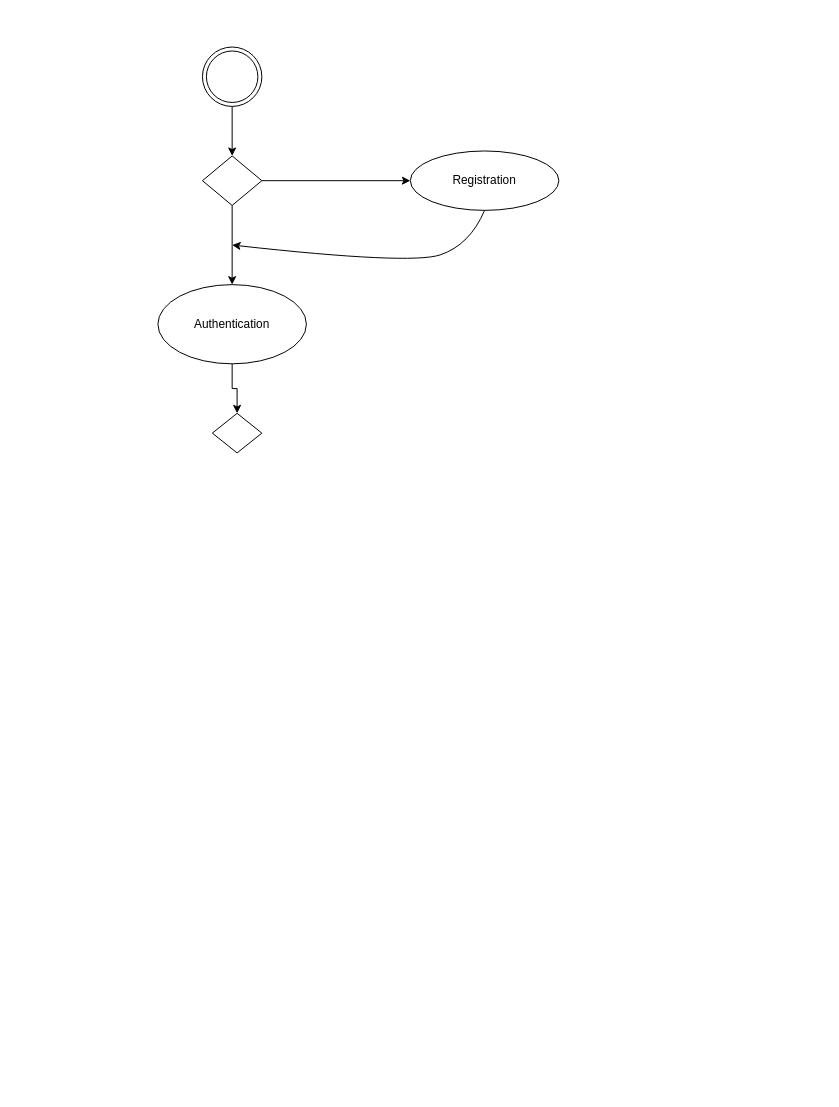
This is UMLdiagram.drawio from Maksym-Perehinets/TSPP, a draw.io file, before an edit. Source tidied: cells renumbered, new cells numbered last; positions are measured from the earlier drawing's top-left corner, leaving out a move shared by most shapes. Both pictures are drawn from the tidied source at 99%, with x=0, y=0 at pixel (157, 47).
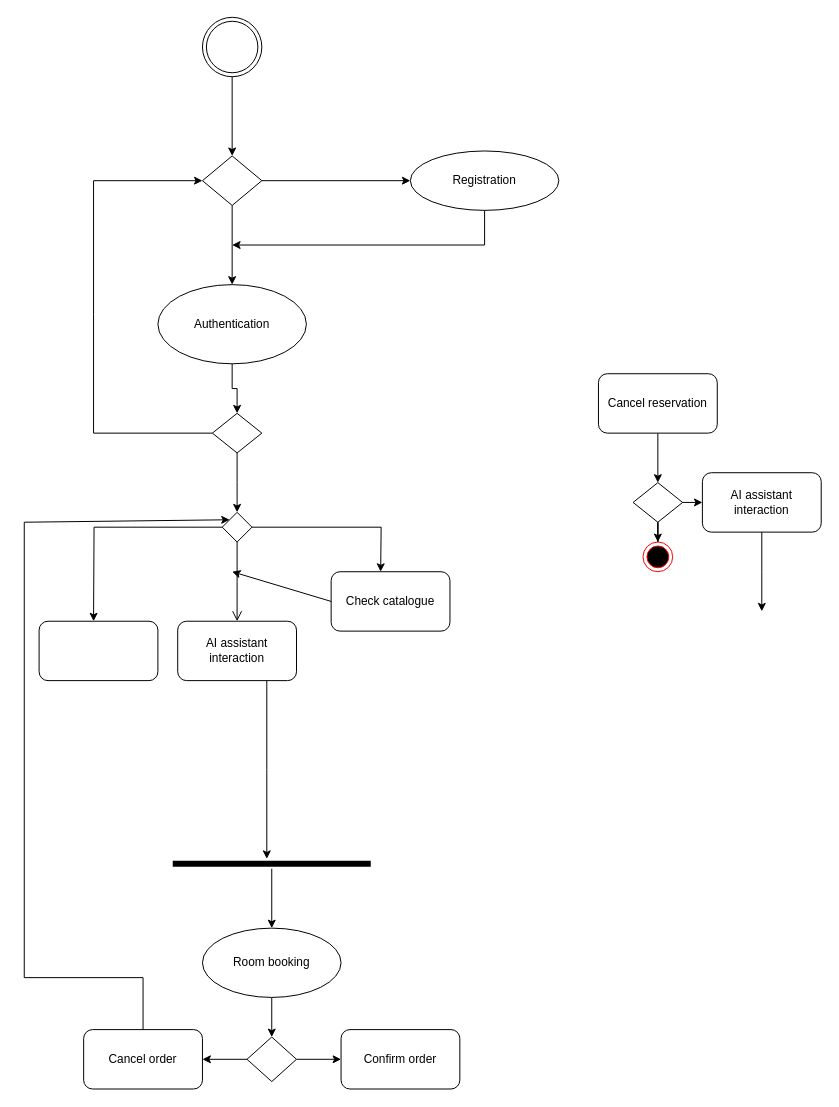
After the change.

Unchanged cells that the change refers to:
```xml
<mxCell id="8" style="rhombus;whiteSpace=wrap;html=1;" parent="1" vertex="1">
  <mxGeometry x="45" y="110" width="60" height="50" as="geometry" />
</mxCell>
<mxCell id="9" value="Registration" style="ellipse;whiteSpace=wrap;html=1;" parent="1" vertex="1">
  <mxGeometry x="255" y="105" width="150" height="60" as="geometry" />
</mxCell>
<mxCell id="11" style="rhombus;whiteSpace=wrap;html=1;" parent="1" vertex="1">
  <mxGeometry x="55" y="370" width="50" height="40" as="geometry" />
</mxCell>
```

Diff of the diagram source:
```diff
@@
     <mxCell id="3" style="ellipse;shape=doubleEllipse;html=1;dashed=0;whiteSpace=wrap;" parent="1" vertex="1">
-      <mxGeometry x="45" width="60" height="60" as="geometry" />
+      <mxGeometry x="45" y="-30" width="60" height="60" as="geometry" />
     </mxCell>
@@
-    <mxCell id="10" style="curved=1;endArrow=classic;html=1;rounded=0;exitX=0.5;exitY=1;exitDx=0;exitDy=0;" parent="1" edge="1" source="9">
-      <mxGeometry relative="1" as="geometry">
-        <mxPoint x="75" y="200" as="targetPoint" />
-        <Array as="points">
-          <mxPoint x="315" y="200" />
-          <mxPoint x="255" y="220" />
-        </Array>
-      </mxGeometry>
-    </mxCell>
@@
+    <mxCell id="12" style="edgeStyle=orthogonalEdgeStyle;rounded=0;jettySize=auto;html=1;" parent="1" edge="1" source="13" target="27">
+      <mxGeometry relative="1" as="geometry" />
+    </mxCell>
+    <mxCell id="13" value="Room booking" style="ellipse;whiteSpace=wrap;html=1;" parent="1" vertex="1">
+      <mxGeometry x="45" y="890" width="140" height="70" as="geometry" />
+    </mxCell>
+    <mxCell id="14" style="endArrow=classic;html=1;rounded=0;exitX=0;exitY=0.5;exitDx=0;exitDy=0;entryX=0;entryY=0.5;entryDx=0;entryDy=0;" parent="1" edge="1" source="11" target="8">
+      <mxGeometry relative="1" as="geometry">
+        <Array as="points">
+          <mxPoint x="-65" y="390" />
+          <mxPoint x="-65" y="270" />
+          <mxPoint x="-65" y="135" />
+        </Array>
+      </mxGeometry>
+    </mxCell>
+    <mxCell id="15" style="endArrow=classic;html=1;rounded=0;exitX=0.5;exitY=1;exitDx=0;exitDy=0;" parent="1" edge="1" source="9">
+      <mxGeometry relative="1" as="geometry">
+        <mxPoint x="75" y="200" as="targetPoint" />
+        <Array as="points">
+          <mxPoint x="330" y="200" />
+        </Array>
+      </mxGeometry>
+    </mxCell>
+    <mxCell id="16" style="edgeStyle=orthogonalEdgeStyle;rounded=0;jettySize=auto;html=1;exitX=1;exitY=0.5;exitDx=0;exitDy=0;" parent="1" edge="1" source="31">
+      <mxGeometry relative="1" as="geometry">
+        <mxPoint x="225" y="530" as="targetPoint" />
+      </mxGeometry>
+    </mxCell>
+    <mxCell id="17" style="edgeStyle=orthogonalEdgeStyle;rounded=0;jettySize=auto;html=1;entryX=0.5;entryY=0;entryDx=0;entryDy=0;exitX=0;exitY=0.5;exitDx=0;exitDy=0;" parent="1" edge="1" source="31">
+      <mxGeometry relative="1" as="geometry">
+        <mxPoint x="-65" y="580" as="targetPoint" />
+      </mxGeometry>
+    </mxCell>
+    <mxCell id="18" style="edgeStyle=orthogonalEdgeStyle;html=1;verticalAlign=bottom;endArrow=open;endSize=8;strokeColor=#000000;rounded=0;exitX=0.5;exitY=1;exitDx=0;exitDy=0;" parent="1" edge="1" source="31">
+      <mxGeometry relative="1" as="geometry">
+        <mxPoint x="80" y="580" as="targetPoint" />
+      </mxGeometry>
+    </mxCell>
+    <mxCell id="19" style="edgeStyle=orthogonalEdgeStyle;rounded=0;jettySize=auto;html=1;" parent="1" edge="1" source="11">
+      <mxGeometry relative="1" as="geometry">
+        <mxPoint x="80" y="470" as="targetPoint" />
+      </mxGeometry>
+    </mxCell>
+    <mxCell id="20" style="edgeStyle=orthogonalEdgeStyle;rounded=0;jettySize=auto;html=1;exitX=0.75;exitY=1;exitDx=0;exitDy=0;" parent="1" edge="1" source="21">
+      <mxGeometry relative="1" as="geometry">
+        <mxPoint x="110" y="820" as="targetPoint" />
+      </mxGeometry>
+    </mxCell>
+    <mxCell id="21" value="AI assistant interaction" style="rounded=1;whiteSpace=wrap;html=1;" parent="1" vertex="1">
+      <mxGeometry x="20" y="580" width="120" height="60" as="geometry" />
+    </mxCell>
+    <mxCell id="22" value="Check catalogue" style="rounded=1;whiteSpace=wrap;html=1;" parent="1" vertex="1">
+      <mxGeometry x="175" y="530" width="120" height="60" as="geometry" />
+    </mxCell>
+    <mxCell id="23" style="edgeStyle=orthogonalEdgeStyle;rounded=0;jettySize=auto;html=1;" parent="1" edge="1" source="24" target="13">
+      <mxGeometry relative="1" as="geometry" />
+    </mxCell>
+    <mxCell id="24" style="shape=line;html=1;strokeWidth=6;strokeColor=#000000;" parent="1" vertex="1">
+      <mxGeometry x="15" y="820" width="200" height="10" as="geometry" />
+    </mxCell>
+    <mxCell id="25" style="edgeStyle=orthogonalEdgeStyle;rounded=0;jettySize=auto;html=1;" parent="1" edge="1" source="27" target="28">
+      <mxGeometry relative="1" as="geometry" />
+    </mxCell>
+    <mxCell id="26" style="edgeStyle=orthogonalEdgeStyle;rounded=0;jettySize=auto;html=1;" parent="1" edge="1" source="27" target="29">
+      <mxGeometry relative="1" as="geometry" />
+    </mxCell>
+    <mxCell id="27" style="rhombus;whiteSpace=wrap;html=1;" parent="1" vertex="1">
+      <mxGeometry x="90" y="1000" width="50" height="45" as="geometry" />
+    </mxCell>
+    <mxCell id="28" value="Confirm order" style="rounded=1;whiteSpace=wrap;html=1;" parent="1" vertex="1">
+      <mxGeometry x="185" y="992.5" width="120" height="60" as="geometry" />
+    </mxCell>
+    <mxCell id="29" value="Cancel order" style="rounded=1;whiteSpace=wrap;html=1;" parent="1" vertex="1">
+      <mxGeometry x="-75" y="992.5" width="120" height="60" as="geometry" />
+    </mxCell>
+    <mxCell id="30" style="endArrow=classic;html=1;rounded=0;exitX=0.5;exitY=0;exitDx=0;exitDy=0;entryX=0;entryY=0;entryDx=0;entryDy=0;" parent="1" edge="1" source="29" target="31">
+      <mxGeometry relative="1" as="geometry">
+        <Array as="points">
+          <mxPoint x="-15" y="940" />
+          <mxPoint x="-135" y="940" />
+          <mxPoint x="-135" y="700" />
+          <mxPoint x="-135" y="480" />
+        </Array>
+      </mxGeometry>
+    </mxCell>
+    <mxCell id="31" style="rhombus;whiteSpace=wrap;html=1;" parent="1" vertex="1">
+      <mxGeometry x="65" y="470" width="30" height="30" as="geometry" />
+    </mxCell>
+    <mxCell id="32" style="edgeStyle=orthogonalEdgeStyle;rounded=0;jettySize=auto;html=1;exitX=0.5;exitY=1;exitDx=0;exitDy=0;entryX=0.5;entryY=0;entryDx=0;entryDy=0;" parent="1" edge="1" source="33" target="37">
+      <mxGeometry relative="1" as="geometry" />
+    </mxCell>
+    <mxCell id="33" value="Cancel reservation" style="rounded=1;whiteSpace=wrap;html=1;" parent="1" vertex="1">
+      <mxGeometry x="445" y="330" width="120" height="60" as="geometry" />
+    </mxCell>
+    <mxCell id="34" style="ellipse;html=1;shape=endState;fillColor=#000000;strokeColor=#ff0000;" parent="1" vertex="1">
+      <mxGeometry x="490" y="500" width="30" height="30" as="geometry" />
+    </mxCell>
+    <mxCell id="35" style="edgeStyle=orthogonalEdgeStyle;rounded=0;jettySize=auto;html=1;exitX=1;exitY=0.5;exitDx=0;exitDy=0;entryX=0;entryY=0.5;entryDx=0;entryDy=0;" parent="1" edge="1" source="37">
+      <mxGeometry relative="1" as="geometry">
+        <mxPoint x="550" y="460" as="targetPoint" />
+      </mxGeometry>
+    </mxCell>
+    <mxCell id="36" style="edgeStyle=orthogonalEdgeStyle;rounded=0;jettySize=auto;html=1;" parent="1" edge="1" source="37" target="34">
+      <mxGeometry relative="1" as="geometry" />
+    </mxCell>
+    <mxCell id="37" style="rhombus;whiteSpace=wrap;html=1;" parent="1" vertex="1">
+      <mxGeometry x="480" y="440" width="50" height="40" as="geometry" />
+    </mxCell>
+    <mxCell id="38" style="edgeStyle=orthogonalEdgeStyle;rounded=0;jettySize=auto;html=1;exitX=0.5;exitY=1;exitDx=0;exitDy=0;" parent="1" edge="1" source="39">
+      <mxGeometry relative="1" as="geometry">
+        <mxPoint x="610" y="570" as="targetPoint" />
+      </mxGeometry>
+    </mxCell>
+    <mxCell id="39" value="AI assistant interaction" style="rounded=1;whiteSpace=wrap;html=1;" parent="1" vertex="1">
+      <mxGeometry x="550" y="430" width="120" height="60" as="geometry" />
+    </mxCell>
+    <mxCell id="40" style="rounded=1;whiteSpace=wrap;html=1;" parent="1" vertex="1">
+      <mxGeometry x="-120" y="580" width="120" height="60" as="geometry" />
+    </mxCell>
+    <mxCell id="41" style="endArrow=classic;html=1;rounded=0;exitX=0;exitY=0.5;exitDx=0;exitDy=0;" parent="1" edge="1" source="22">
+      <mxGeometry relative="1" as="geometry">
+        <mxPoint x="75" y="530" as="targetPoint" />
+      </mxGeometry>
+    </mxCell>
```
